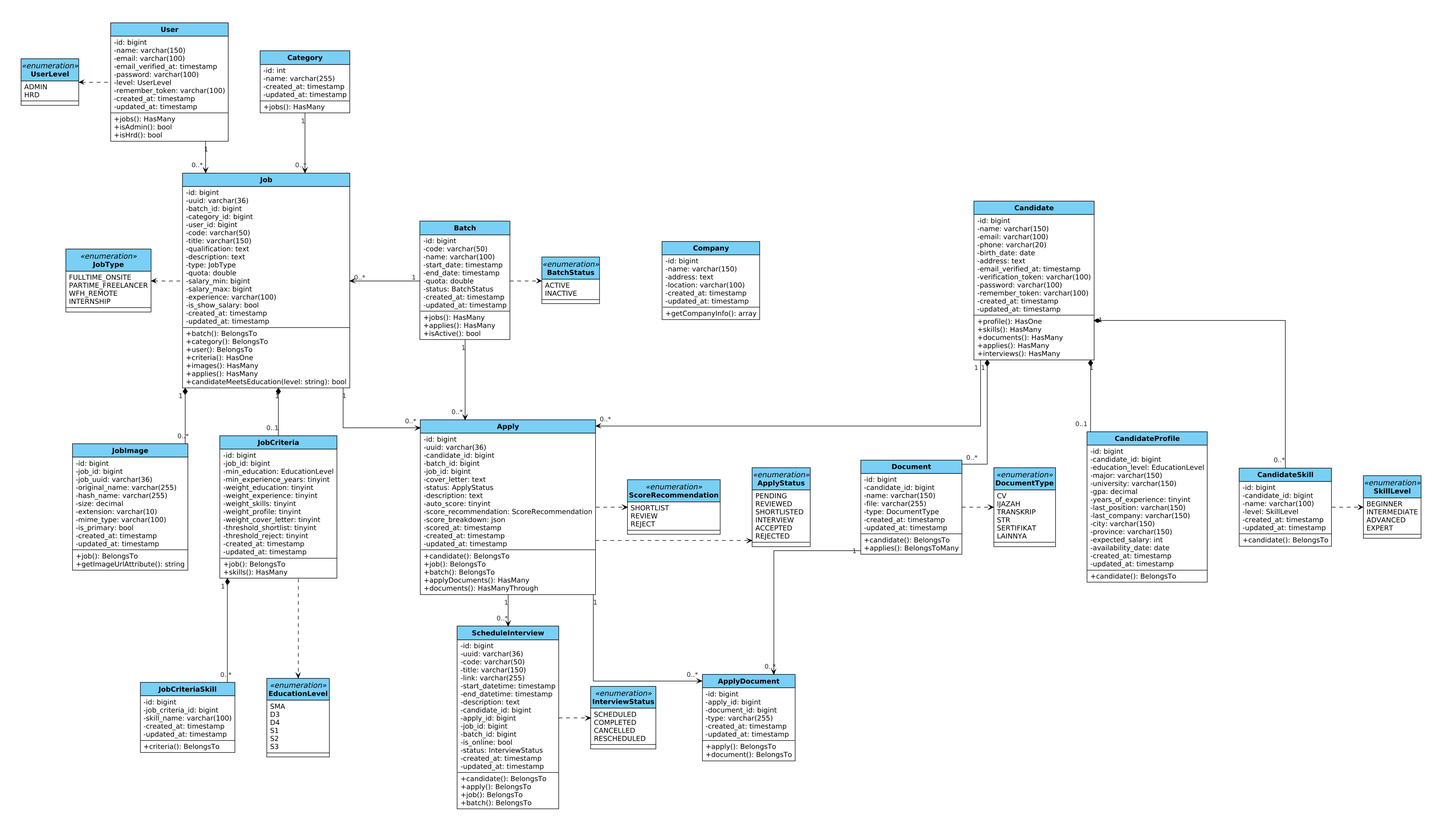
Before: public/assets/diagrams/VP/Class_Diagram.png, a diagram exported from PlantUML (Madtive-Studio/klinik_keluarga_career). The source it was exported from:
```plantuml
@startuml
skinparam defaultFontName Arial
skinparam defaultFontSize 14
skinparam dpi 115
skinparam defaultFontColor #000000
skinparam shadowing false
skinparam roundcorner 0
skinparam linetype ortho
skinparam nodesep 60
skinparam ranksep 60

hide circle
skinparam classAttributeIconSize 0

skinparam package {
  BackgroundColor transparent
  BorderColor transparent
  FontColor transparent
  FontSize 1
}

skinparam class {
  BackgroundColor #FFFFFF
  HeaderBackgroundColor #7ACFF5
  BorderColor #000000
  BorderThickness 1
  FontColor #000000
  FontSize 16
  FontName Arial
  FontStyle bold
  AttributeFontColor #000000
  AttributeFontSize 13
  AttributeFontName Arial
}

skinparam enum {
  BackgroundColor #FFFFFF
  HeaderBackgroundColor #7ACFF5
  BorderColor #000000
  BorderThickness 1
  FontColor #000000
  FontSize 14
  FontName Arial
  FontStyle bold
  AttributeFontColor #000000
  AttributeFontSize 12
}

skinparam ArrowColor #000000
skinparam ArrowFontSize 12
skinparam ArrowFontColor #222222

package "Vacancies" {
  class User {
    -id: bigint
    -name: varchar(150)
    -email: varchar(100)
    -email_verified_at: timestamp
    -password: varchar(100)
    -level: UserLevel
    -remember_token: varchar(100)
    -created_at: timestamp
    -updated_at: timestamp
    __
    +jobs(): HasMany
    +isAdmin(): bool
    +isHrd(): bool
  }

  enum UserLevel <<enumeration>> {
    ADMIN
    HRD
  }

  class Category {
    -id: int
    -name: varchar(255)
    -created_at: timestamp
    -updated_at: timestamp
    __
    +jobs(): HasMany
  }

  class Job {
    -id: bigint
    -uuid: varchar(36)
    -batch_id: bigint
    -category_id: bigint
    -user_id: bigint
    -code: varchar(50)
    -title: varchar(150)
    -qualification: text
    -description: text
    -type: JobType
    -quota: double
    -salary_min: bigint
    -salary_max: bigint
    -experience: varchar(100)
    -is_show_salary: bool
    -created_at: timestamp
    -updated_at: timestamp
    __
    +batch(): BelongsTo
    +category(): BelongsTo
    +user(): BelongsTo
    +criteria(): HasOne
    +images(): HasMany
    +applies(): HasMany
    +candidateMeetsEducation(level: string): bool
  }

  enum JobType <<enumeration>> {
    FULLTIME_ONSITE
    PARTIME_FREELANCER
    WFH_REMOTE
    INTERNSHIP
  }

  class JobImage {
    -id: bigint
    -job_id: bigint
    -job_uuid: varchar(36)
    -original_name: varchar(255)
    -hash_name: varchar(255)
    -size: decimal
    -extension: varchar(10)
    -mime_type: varchar(100)
    -is_primary: bool
    -created_at: timestamp
    -updated_at: timestamp
    __
    +job(): BelongsTo
    +getImageUrlAttribute(): string
  }

  class JobCriteria {
    -id: bigint
    -job_id: bigint
    -min_education: EducationLevel
    -min_experience_years: tinyint
    -weight_education: tinyint
    -weight_experience: tinyint
    -weight_skills: tinyint
    -weight_profile: tinyint
    -weight_cover_letter: tinyint
    -threshold_shortlist: tinyint
    -threshold_reject: tinyint
    -created_at: timestamp
    -updated_at: timestamp
    __
    +job(): BelongsTo
    +skills(): HasMany
  }

  class JobCriteriaSkill {
    -id: bigint
    -job_criteria_id: bigint
    -skill_name: varchar(100)
    -created_at: timestamp
    -updated_at: timestamp
    __
    +criteria(): BelongsTo
  }

  enum EducationLevel <<enumeration>> {
    SMA
    D3
    D4
    S1
    S2
    S3
  }
}

package "Selection" {
  class Batch {
    -id: bigint
    -code: varchar(50)
    -name: varchar(100)
    -start_date: timestamp
    -end_date: timestamp
    -quota: double
    -status: BatchStatus
    -created_at: timestamp
    -updated_at: timestamp
    __
    +jobs(): HasMany
    +applies(): HasMany
    +isActive(): bool
  }

  enum BatchStatus <<enumeration>> {
    ACTIVE
    INACTIVE
  }

  class Company {
    -id: bigint
    -name: varchar(150)
    -address: text
    -location: varchar(100)
    -created_at: timestamp
    -updated_at: timestamp
    __
    +getCompanyInfo(): array
  }

  class Apply {
    -id: bigint
    -uuid: varchar(36)
    -candidate_id: bigint
    -batch_id: bigint
    -job_id: bigint
    -cover_letter: text
    -status: ApplyStatus
    -description: text
    -auto_score: tinyint
    -score_recommendation: ScoreRecommendation
    -score_breakdown: json
    -scored_at: timestamp
    -created_at: timestamp
    -updated_at: timestamp
    __
    +candidate(): BelongsTo
    +job(): BelongsTo
    +batch(): BelongsTo
    +applyDocuments(): HasMany
    +documents(): HasManyThrough
  }

  enum ApplyStatus <<enumeration>> {
    PENDING
    REVIEWED
    SHORTLISTED
    INTERVIEW
    ACCEPTED
    REJECTED
  }

  enum ScoreRecommendation <<enumeration>> {
    SHORTLIST
    REVIEW
    REJECT
  }

  class ApplyDocument {
    -id: bigint
    -apply_id: bigint
    -document_id: bigint
    -type: varchar(255)
    -created_at: timestamp
    -updated_at: timestamp
    __
    +apply(): BelongsTo
    +document(): BelongsTo
  }

  class ScheduleInterview {
    -id: bigint
    -uuid: varchar(36)
    -code: varchar(50)
    -title: varchar(150)
    -link: varchar(255)
    -start_datetime: timestamp
    -end_datetime: timestamp
    -description: text
    -candidate_id: bigint
    -apply_id: bigint
    -job_id: bigint
    -batch_id: bigint
    -is_online: bool
    -status: InterviewStatus
    -created_at: timestamp
    -updated_at: timestamp
    __
    +candidate(): BelongsTo
    +apply(): BelongsTo
    +job(): BelongsTo
    +batch(): BelongsTo
  }

  enum InterviewStatus <<enumeration>> {
    SCHEDULED
    COMPLETED
    CANCELLED
    RESCHEDULED
  }
}

package "CandidatePkg" {
  class Candidate {
    -id: bigint
    -name: varchar(150)
    -email: varchar(100)
    -phone: varchar(20)
    -birth_date: date
    -address: text
    -email_verified_at: timestamp
    -verification_token: varchar(100)
    -password: varchar(100)
    -remember_token: varchar(100)
    -created_at: timestamp
    -updated_at: timestamp
    __
    +profile(): HasOne
    +skills(): HasMany
    +documents(): HasMany
    +applies(): HasMany
    +interviews(): HasMany
  }

  class CandidateProfile {
    -id: bigint
    -candidate_id: bigint
    -education_level: EducationLevel
    -major: varchar(150)
    -university: varchar(150)
    -gpa: decimal
    -years_of_experience: tinyint
    -last_position: varchar(150)
    -last_company: varchar(150)
    -city: varchar(150)
    -province: varchar(150)
    -expected_salary: int
    -availability_date: date
    -created_at: timestamp
    -updated_at: timestamp
    __
    +candidate(): BelongsTo
  }

  class CandidateSkill {
    -id: bigint
    -candidate_id: bigint
    -name: varchar(100)
    -level: SkillLevel
    -created_at: timestamp
    -updated_at: timestamp
    __
    +candidate(): BelongsTo
  }

  enum SkillLevel <<enumeration>> {
    BEGINNER
    INTERMEDIATE
    ADVANCED
    EXPERT
  }

  class Document {
    -id: bigint
    -candidate_id: bigint
    -name: varchar(150)
    -file: varchar(255)
    -type: DocumentType
    -created_at: timestamp
    -updated_at: timestamp
    __
    +candidate(): BelongsTo
    +applies(): BelongsToMany
  }

  enum DocumentType <<enumeration>> {
    CV
    IJAZAH
    TRANSKRIP
    STR
    SERTIFIKAT
    LAINNYA
  }
}

Vacancies -[hidden]right-> Selection
Selection -[hidden]right-> CandidatePkg


User "1" -down-> "0..*" Job
User -left.> UserLevel
Category "1" -down-> "0..*" Job
Job "1" *-down- "0..*" JobImage
Job "1" *-down- "0..1" JobCriteria
Job -left.> JobType
JobCriteria "1" *-down- "0..*" JobCriteriaSkill
JobCriteria -down.> EducationLevel

Batch -right.> BatchStatus
Apply -right.> ApplyStatus
Apply -right.> ScoreRecommendation
Apply "1" -down-> "0..*" ApplyDocument
Apply "1" -down-> "0..*" ScheduleInterview
ScheduleInterview -right.> InterviewStatus

Candidate "1" *-down- "0..*" Document
Candidate "1" *-down- "0..1" CandidateProfile
Candidate "1" *-down- "0..*" CandidateSkill
Document -[hidden]right-> CandidateProfile
CandidateProfile -[hidden]right-> CandidateSkill
CandidateSkill -right.> SkillLevel
Document -right.> DocumentType


Batch "1" -left-> "0..*" Job

Batch "1" -down-> "0..*" Apply

Job "1" -right-> "0..*" Apply

Candidate "1" -left-> "0..*" Apply

Document "1" -[#000000]down-> "0..*" ApplyDocument
@enduml
```
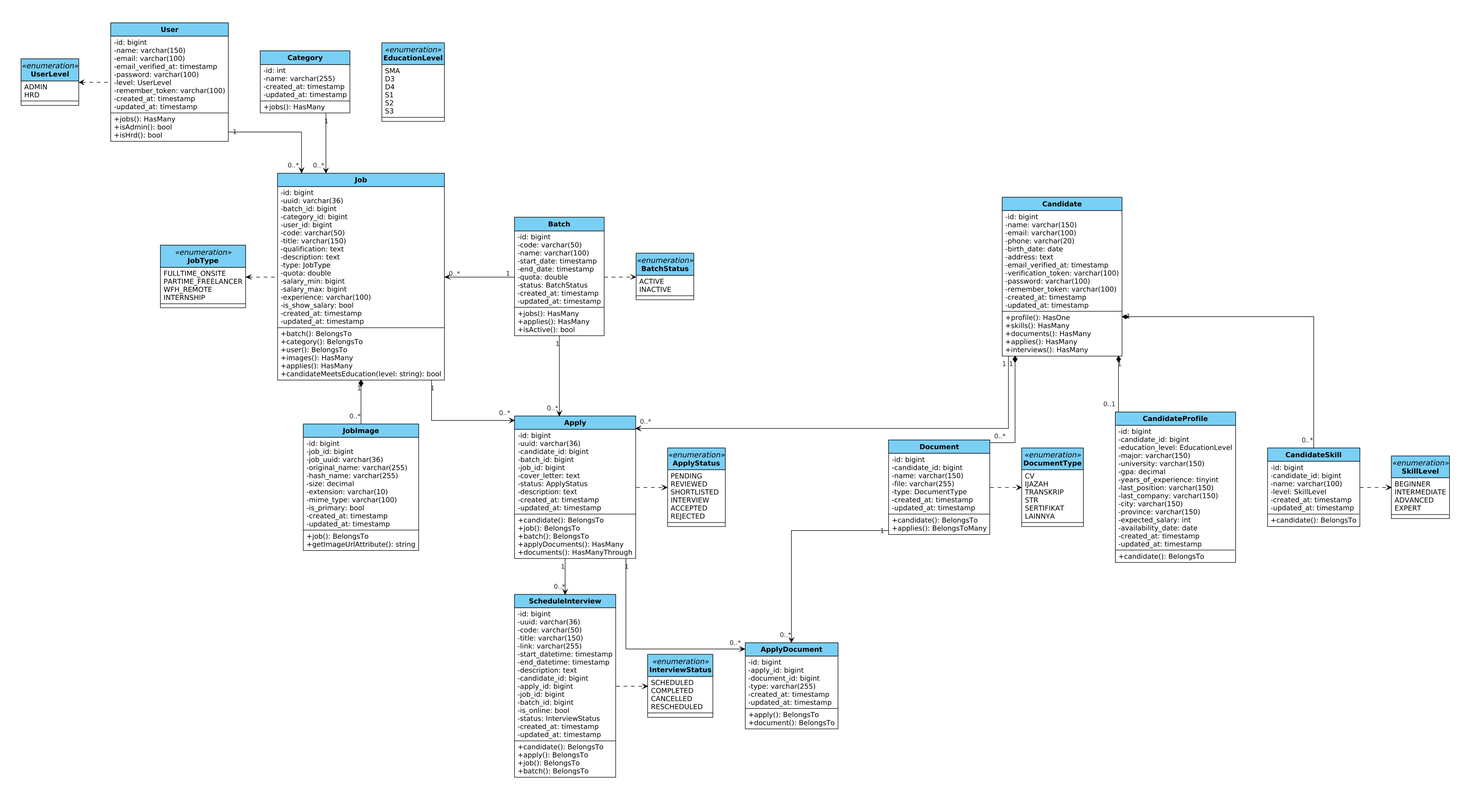
The same diagram one commit later.

The edit, as a diff of the source:
```diff
@@ -103,7 +103,6 @@
     +batch(): BelongsTo
     +category(): BelongsTo
     +user(): BelongsTo
-    +criteria(): HasOne
     +images(): HasMany
     +applies(): HasMany
     +candidateMeetsEducation(level: string): bool
@@ -131,35 +130,6 @@
     __
     +job(): BelongsTo
     +getImageUrlAttribute(): string
-  }
-
-  class JobCriteria {
-    -id: bigint
-    -job_id: bigint
-    -min_education: EducationLevel
-    -min_experience_years: tinyint
-    -weight_education: tinyint
-    -weight_experience: tinyint
-    -weight_skills: tinyint
-    -weight_profile: tinyint
-    -weight_cover_letter: tinyint
-    -threshold_shortlist: tinyint
-    -threshold_reject: tinyint
-    -created_at: timestamp
-    -updated_at: timestamp
-    __
-    +job(): BelongsTo
-    +skills(): HasMany
-  }
-
-  class JobCriteriaSkill {
-    -id: bigint
-    -job_criteria_id: bigint
-    -skill_name: varchar(100)
-    -created_at: timestamp
-    -updated_at: timestamp
-    __
-    +criteria(): BelongsTo
   }
 
   enum EducationLevel <<enumeration>> {
@@ -194,17 +164,6 @@
     INACTIVE
   }
 
-  class Company {
-    -id: bigint
-    -name: varchar(150)
-    -address: text
-    -location: varchar(100)
-    -created_at: timestamp
-    -updated_at: timestamp
-    __
-    +getCompanyInfo(): array
-  }
-
   class Apply {
     -id: bigint
     -uuid: varchar(36)
@@ -214,10 +173,6 @@
     -cover_letter: text
     -status: ApplyStatus
     -description: text
-    -auto_score: tinyint
-    -score_recommendation: ScoreRecommendation
-    -score_breakdown: json
-    -scored_at: timestamp
     -created_at: timestamp
     -updated_at: timestamp
     __
@@ -235,12 +190,6 @@
     INTERVIEW
     ACCEPTED
     REJECTED
-  }
-
-  enum ScoreRecommendation <<enumeration>> {
-    SHORTLIST
-    REVIEW
-    REJECT
   }
 
   class ApplyDocument {
@@ -378,14 +327,10 @@
 User -left.> UserLevel
 Category "1" -down-> "0..*" Job
 Job "1" *-down- "0..*" JobImage
-Job "1" *-down- "0..1" JobCriteria
 Job -left.> JobType
-JobCriteria "1" *-down- "0..*" JobCriteriaSkill
-JobCriteria -down.> EducationLevel
 
 Batch -right.> BatchStatus
 Apply -right.> ApplyStatus
-Apply -right.> ScoreRecommendation
 Apply "1" -down-> "0..*" ApplyDocument
 Apply "1" -down-> "0..*" ScheduleInterview
 ScheduleInterview -right.> InterviewStatus
```
